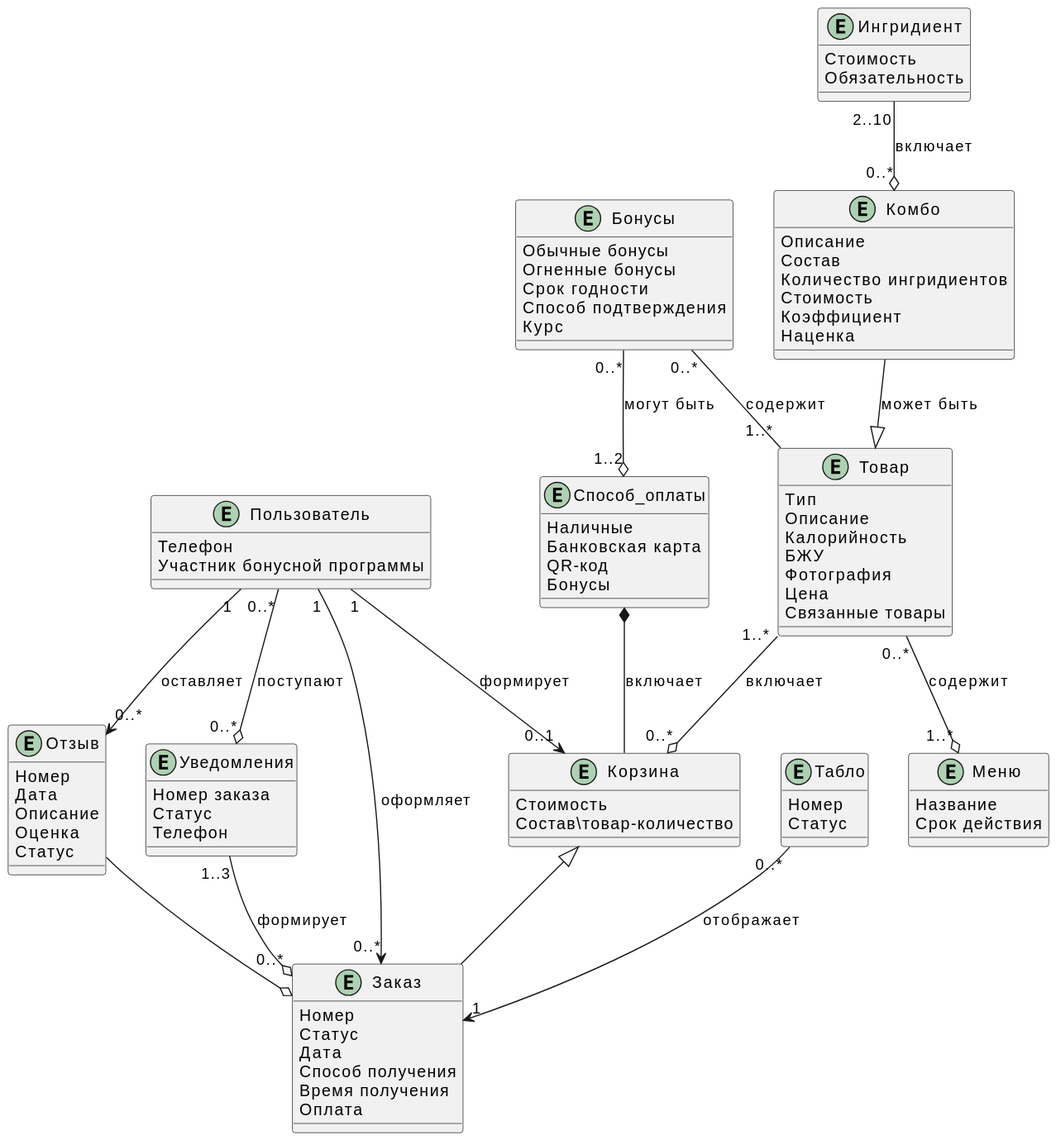
xxx996/OTUS_Restaraunt keeps this PlantUML diagram as docs/diagrams/include/classes.svg. Above is the earlier version. Source of this version:
```plantuml
@startuml
Entity Пользователь
{
Телефон
Участник бонусной программы
}

Entity Способ_оплаты
{
Наличные
Банковская карта
QR-код
Бонусы
}

Entity Бонусы
{
Обычные бонусы
Огненные бонусы
Срок годности
Способ подтверждения
Курс
}

Entity Меню
{
Название
Срок действия
}

Entity Заказ
{
Номер
Статус
Дата
Способ получения
Время получения
Оплата
}

Entity Товар
{
Тип
Описание
Калорийность
БЖУ
Фотография
Цена
Связанные товары
}

Entity Корзина
{
Стоимость
Состав\товар-количество
}

Entity Ингридиент
{
Стоимость
Обязательность
}

Entity Комбо
{
Описание
Состав
Количество ингридиентов
Стоимость
Коэффициент
Наценка
}


Entity Отзыв
{
Номер
Дата
Описание
Оценка
Статус
}



Entity Уведомления
{
Номер заказа
Статус
Телефон
}

Entity Табло
{
Номер
Статус
}


Товар "1..*" --o "0..*" Корзина :включает
Товар "0..*" --o "1..*" Меню :содержит
Пользователь "1" --> "0..*" Заказ :оформляет
Пользователь "1" --> "0..1" Корзина: формирует
Пользователь "1" --> "0..*" Отзыв :оставляет
Пользователь "0..*" --o "0..*" Уведомления :поступают
Ингридиент "2..10" --o "0..*" Комбо :включает
Комбо --^ Товар: может быть
Корзина ^-- Заказ
Способ_оплаты *-- Корзина :включает
Бонусы "0..*" --o "1..2" Способ_оплаты :могут быть
Бонусы "0..*" -- "1..*" Товар : содержит
Отзыв --o Заказ
Табло "0..*" --> "1" Заказ : отображает
Уведомления "1..3" --o "0..*" Заказ : формирует
@enduml
```
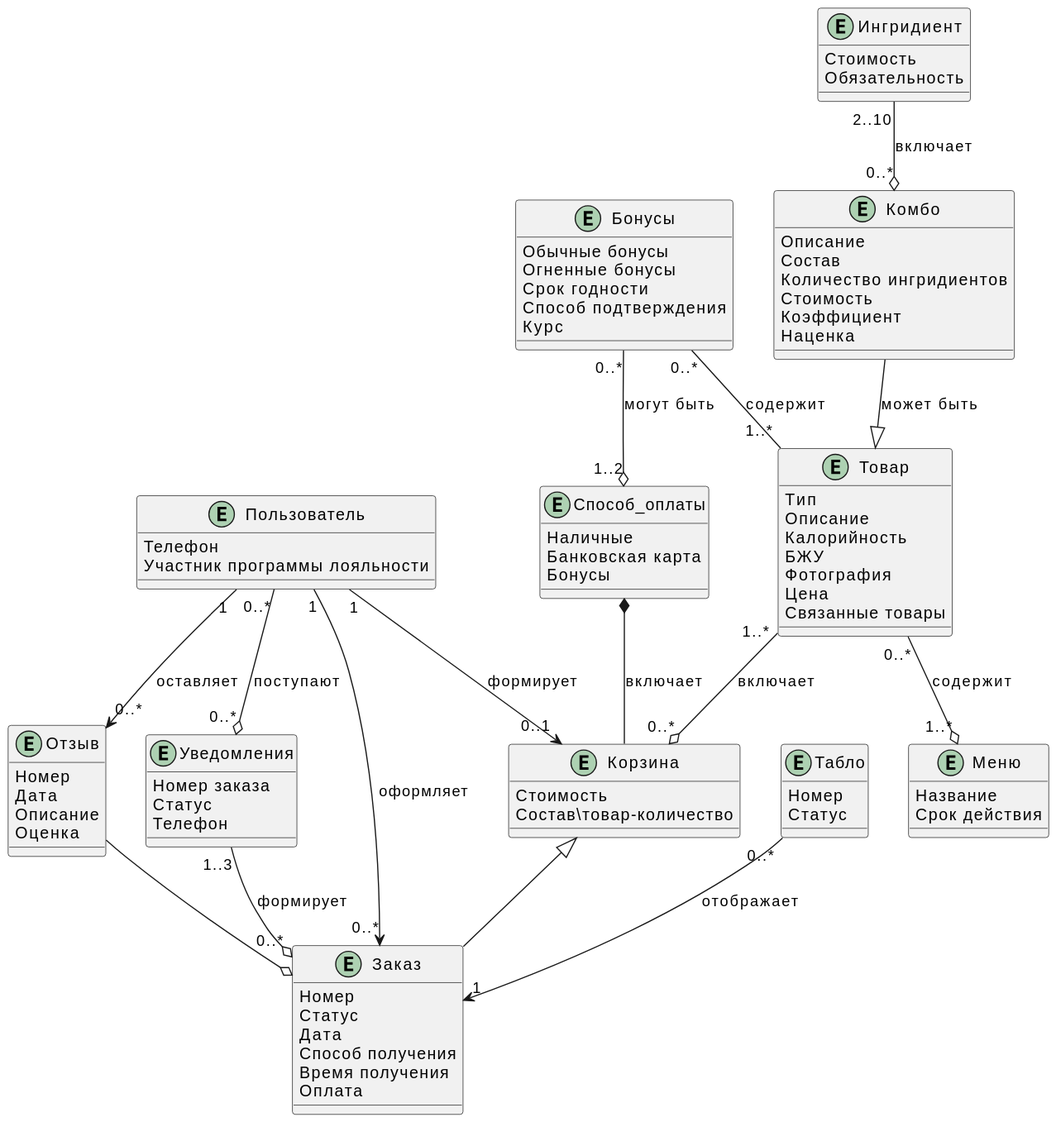
Later version of the same file.

The edit, as a diff of the source:
```diff
@@ -2,14 +2,13 @@
 Entity Пользователь
 {
 Телефон
-Участник бонусной программы
+Участник программы лояльности
 }
 
 Entity Способ_оплаты
 {
 Наличные
 Банковская карта
-QR-код
 Бонусы
 }
 
@@ -78,7 +77,6 @@
 Дата
 Описание
 Оценка
-Статус
 }
 
 
```
